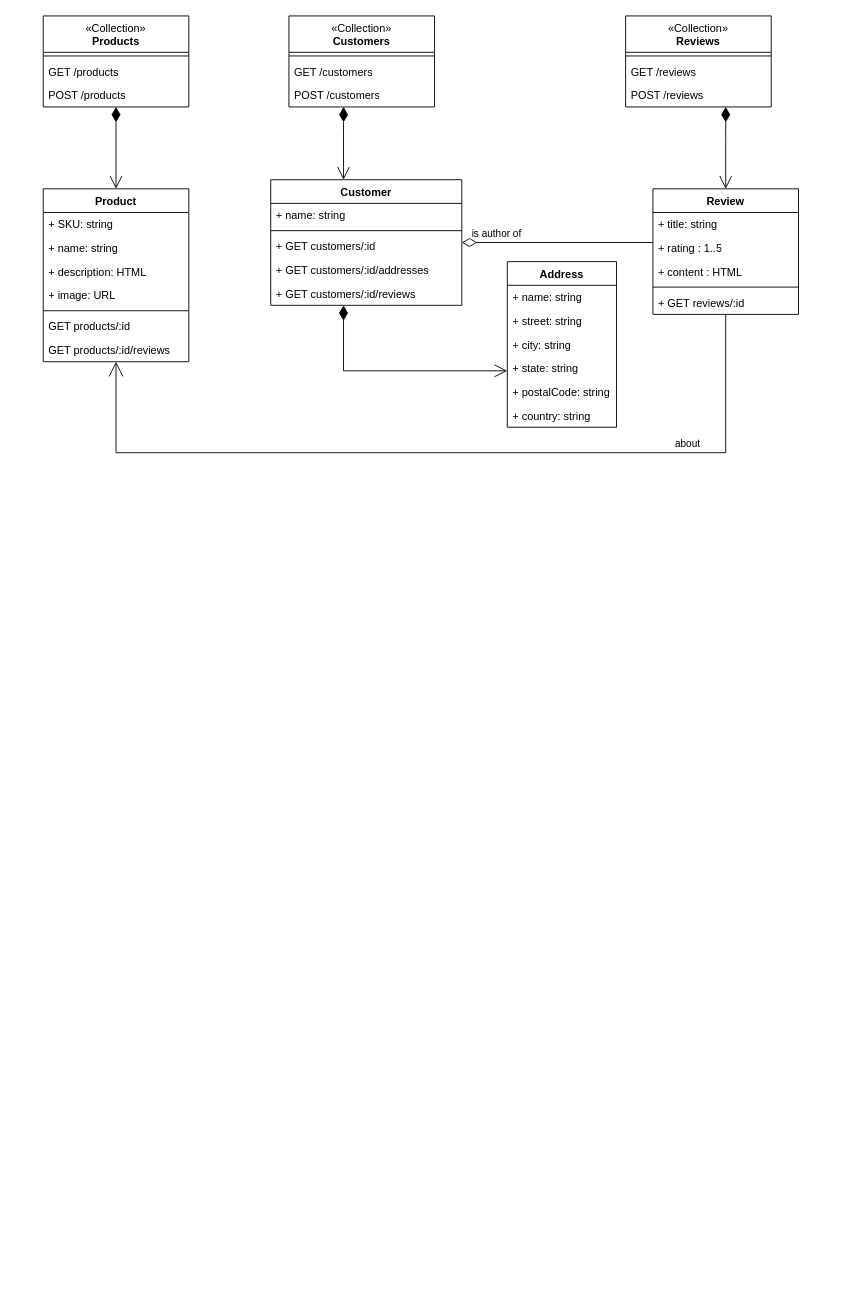
Earlier version of the draw.io diagram REST API.drawio (kubiak-calpoly/csc307-team-project). Source tidied: cells renumbered, new cells numbered last; positions are measured from the earlier drawing's top-left corner, leaving out a move shared by most shapes. Both pictures are drawn from the tidied source at 91%, with x=0, y=0 at pixel (43, 15).
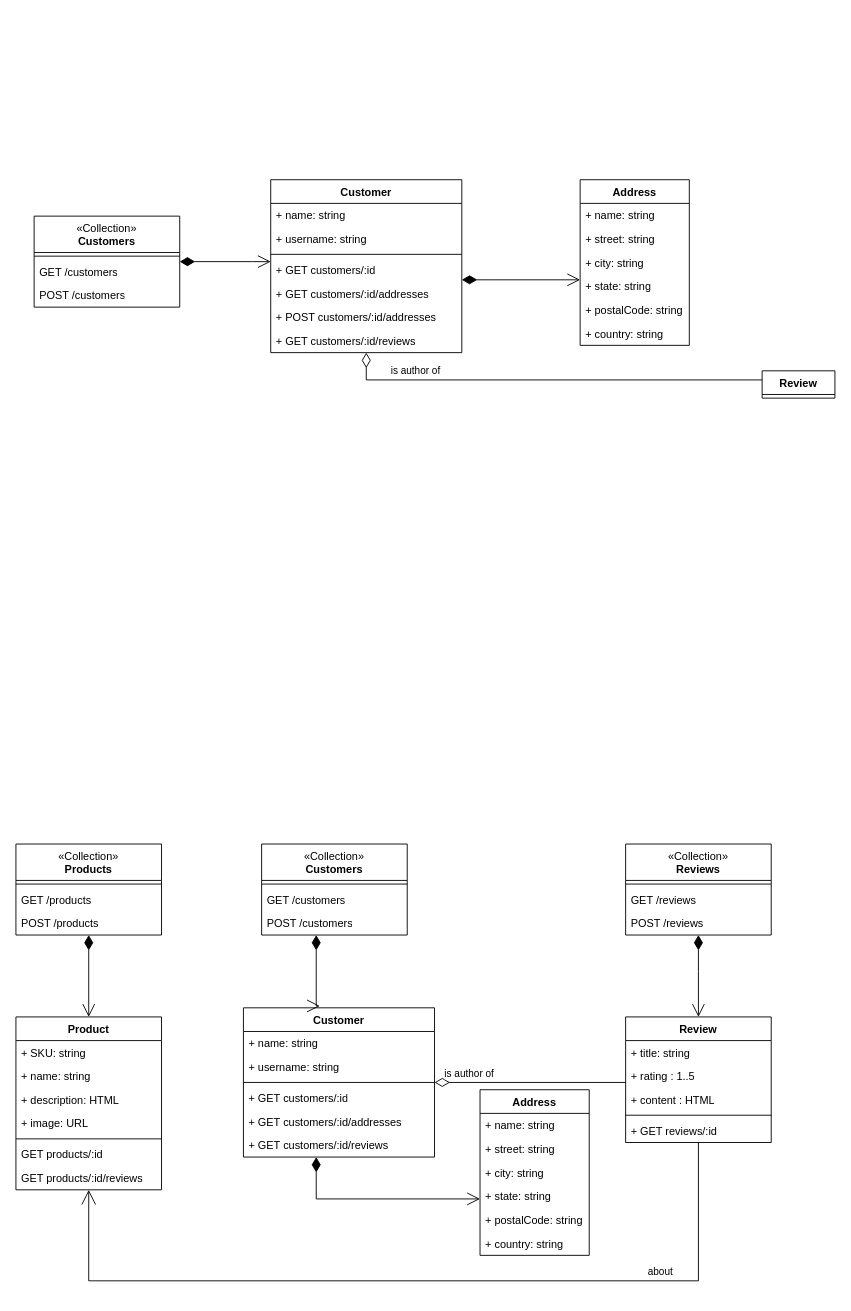
The same page after the edit.

Diff of the diagram source:
```diff
@@
     <mxCell id="2" value="Customer" style="swimlane;fontStyle=1;align=center;verticalAlign=top;horizontal=1;startSize=26;whiteSpace=wrap;html=1;" parent="1" vertex="1">
-      <mxGeometry x="250" y="180" width="210" height="138" as="geometry" />
+      <mxGeometry x="250" y="180" width="210" height="190" as="geometry" />
     </mxCell>
@@
+    <mxCell id="47" value="+ username: string" style="text;strokeColor=none;fillColor=none;align=left;verticalAlign=top;spacingLeft=4;spacingRight=4;overflow=hidden;whiteSpace=wrap;html=1;" parent="2" vertex="1">
+      <mxGeometry y="52" width="210" height="26" as="geometry" />
+    </mxCell>
     <mxCell id="4" style="line;strokeWidth=1;fillColor=none;align=left;verticalAlign=middle;spacingTop=-1;spacingLeft=3;spacingRight=3;labelPosition=right;strokeColor=inherit;" parent="2" vertex="1">
-      <mxGeometry y="52" width="210" height="8" as="geometry" />
+      <mxGeometry y="78" width="210" height="8" as="geometry" />
     </mxCell>
     <mxCell id="5" value="+ GET customers/:id" style="text;strokeColor=none;fillColor=none;align=left;verticalAlign=top;spacingLeft=4;spacingRight=4;overflow=hidden;whiteSpace=wrap;html=1;" parent="2" vertex="1">
-      <mxGeometry y="60" width="210" height="26" as="geometry" />
+      <mxGeometry y="86" width="210" height="26" as="geometry" />
     </mxCell>
     <mxCell id="6" value="+ GET customers/:id/addresses" style="text;strokeColor=none;fillColor=none;align=left;verticalAlign=top;spacingLeft=4;spacingRight=4;overflow=hidden;whiteSpace=wrap;html=1;" parent="2" vertex="1">
-      <mxGeometry y="86" width="210" height="26" as="geometry" />
+      <mxGeometry y="112" width="210" height="26" as="geometry" />
     </mxCell>
+    <mxCell id="48" value="+ POST customers/:id/addresses" style="text;strokeColor=none;fillColor=none;align=left;verticalAlign=top;spacingLeft=4;spacingRight=4;overflow=hidden;whiteSpace=wrap;html=1;" parent="2" vertex="1">
+      <mxGeometry y="138" width="210" height="26" as="geometry" />
+    </mxCell>
     <mxCell id="7" value="+ GET customers/:id/reviews" style="text;strokeColor=none;fillColor=none;align=left;verticalAlign=top;spacingLeft=4;spacingRight=4;overflow=hidden;whiteSpace=wrap;html=1;" parent="2" vertex="1">
-      <mxGeometry y="112" width="210" height="26" as="geometry" />
+      <mxGeometry y="164" width="210" height="26" as="geometry" />
     </mxCell>
     <mxCell id="8" value="Address" style="swimlane;fontStyle=1;align=center;verticalAlign=top;horizontal=1;startSize=26;whiteSpace=wrap;html=1;" parent="1" vertex="1">
-      <mxGeometry x="510" y="270" width="120" height="182" as="geometry" />
+      <mxGeometry x="590" y="180" width="120" height="182" as="geometry" />
     </mxCell>
@@
     <mxCell id="15" value="&lt;span style=&quot;font-weight: normal;&quot;&gt;«Collection»&lt;br style=&quot;border-color: var(--border-color);&quot;&gt;&lt;/span&gt;Customers" style="swimlane;fontStyle=1;align=center;verticalAlign=top;horizontal=1;startSize=40;whiteSpace=wrap;html=1;" parent="1" vertex="1">
-      <mxGeometry x="270" width="160" height="100" as="geometry" />
+      <mxGeometry x="-10" y="220" width="160" height="100" as="geometry" />
     </mxCell>
@@
     <mxCell id="19" style="endArrow=open;html=1;endSize=12;startArrow=diamondThin;startSize=14;startFill=1;edgeStyle=orthogonalEdgeStyle;rounded=0;endFill=0;" parent="1" edge="1" source="15" target="2">
       <mxGeometry x="-0.21" y="39" relative="1" as="geometry">
         <Array as="points">
-          <mxPoint x="330" y="130" />
-          <mxPoint x="330" y="130" />
+          <mxPoint x="230" y="270" />
+          <mxPoint x="230" y="270" />
         </Array>
       </mxGeometry>
     </mxCell>
+    <mxCell id="37" value="Review" style="swimlane;fontStyle=1;align=center;verticalAlign=top;horizontal=1;startSize=26;whiteSpace=wrap;html=1;" parent="1" vertex="1" collapsed="1">
+      <mxGeometry x="790" y="390" width="80" height="30" as="geometry" />
+    </mxCell>
+    <mxCell id="44" value="is author of" style="endArrow=none;html=1;endSize=12;startArrow=diamondThin;startSize=14;startFill=0;edgeStyle=orthogonalEdgeStyle;rounded=0;endFill=0;" parent="1" edge="1" source="2" target="37">
+      <mxGeometry x="-0.64" y="10" relative="1" as="geometry">
+        <Array as="points">
+          <mxPoint x="355" y="400" />
+        </Array>
+      </mxGeometry>
+    </mxCell>
+    <mxCell id="45" style="endArrow=open;html=1;endSize=12;startArrow=diamondThin;startSize=14;startFill=1;edgeStyle=orthogonalEdgeStyle;rounded=0;" parent="1" edge="1" source="2" target="8">
+      <mxGeometry relative="1" as="geometry">
+        <Array as="points">
+          <mxPoint x="490" y="290" />
+          <mxPoint x="490" y="290" />
+        </Array>
+      </mxGeometry>
+    </mxCell>
+    <mxCell id="49" value="Customer" style="swimlane;fontStyle=1;align=center;verticalAlign=top;horizontal=1;startSize=26;whiteSpace=wrap;html=1;" parent="1" vertex="1">
+      <mxGeometry x="220" y="1090" width="210" height="164" as="geometry" />
+    </mxCell>
+    <mxCell id="50" value="+ name: string" style="text;strokeColor=none;fillColor=none;align=left;verticalAlign=top;spacingLeft=4;spacingRight=4;overflow=hidden;whiteSpace=wrap;html=1;" parent="49" vertex="1">
+      <mxGeometry y="26" width="210" height="26" as="geometry" />
+    </mxCell>
+    <mxCell id="51" value="+ username: string" style="text;strokeColor=none;fillColor=none;align=left;verticalAlign=top;spacingLeft=4;spacingRight=4;overflow=hidden;whiteSpace=wrap;html=1;" parent="49" vertex="1">
+      <mxGeometry y="52" width="210" height="26" as="geometry" />
+    </mxCell>
+    <mxCell id="52" style="line;strokeWidth=1;fillColor=none;align=left;verticalAlign=middle;spacingTop=-1;spacingLeft=3;spacingRight=3;labelPosition=right;strokeColor=inherit;" parent="49" vertex="1">
+      <mxGeometry y="78" width="210" height="8" as="geometry" />
+    </mxCell>
+    <mxCell id="53" value="+ GET customers/:id" style="text;strokeColor=none;fillColor=none;align=left;verticalAlign=top;spacingLeft=4;spacingRight=4;overflow=hidden;whiteSpace=wrap;html=1;" parent="49" vertex="1">
+      <mxGeometry y="86" width="210" height="26" as="geometry" />
+    </mxCell>
+    <mxCell id="54" value="+ GET customers/:id/addresses" style="text;strokeColor=none;fillColor=none;align=left;verticalAlign=top;spacingLeft=4;spacingRight=4;overflow=hidden;whiteSpace=wrap;html=1;" parent="49" vertex="1">
+      <mxGeometry y="112" width="210" height="26" as="geometry" />
+    </mxCell>
+    <mxCell id="55" value="+ GET customers/:id/reviews" style="text;strokeColor=none;fillColor=none;align=left;verticalAlign=top;spacingLeft=4;spacingRight=4;overflow=hidden;whiteSpace=wrap;html=1;" parent="49" vertex="1">
+      <mxGeometry y="138" width="210" height="26" as="geometry" />
+    </mxCell>
+    <mxCell id="56" value="Address" style="swimlane;fontStyle=1;align=center;verticalAlign=top;horizontal=1;startSize=26;whiteSpace=wrap;html=1;" parent="1" vertex="1">
+      <mxGeometry x="480" y="1180" width="120" height="182" as="geometry" />
+    </mxCell>
+    <mxCell id="57" value="+ name: string" style="text;strokeColor=none;fillColor=none;align=left;verticalAlign=top;spacingLeft=4;spacingRight=4;overflow=hidden;whiteSpace=wrap;html=1;" parent="56" vertex="1">
+      <mxGeometry y="26" width="120" height="26" as="geometry" />
+    </mxCell>
+    <mxCell id="58" value="+ street: string" style="text;strokeColor=none;fillColor=none;align=left;verticalAlign=top;spacingLeft=4;spacingRight=4;overflow=hidden;whiteSpace=wrap;html=1;" parent="56" vertex="1">
+      <mxGeometry y="52" width="120" height="26" as="geometry" />
+    </mxCell>
+    <mxCell id="59" value="+ city: string" style="text;strokeColor=none;fillColor=none;align=left;verticalAlign=top;spacingLeft=4;spacingRight=4;overflow=hidden;whiteSpace=wrap;html=1;" parent="56" vertex="1">
+      <mxGeometry y="78" width="120" height="26" as="geometry" />
+    </mxCell>
+    <mxCell id="60" value="+ state: string" style="text;strokeColor=none;fillColor=none;align=left;verticalAlign=top;spacingLeft=4;spacingRight=4;overflow=hidden;whiteSpace=wrap;html=1;" parent="56" vertex="1">
+      <mxGeometry y="104" width="120" height="26" as="geometry" />
+    </mxCell>
+    <mxCell id="61" value="+ postalCode: string" style="text;strokeColor=none;fillColor=none;align=left;verticalAlign=top;spacingLeft=4;spacingRight=4;overflow=hidden;whiteSpace=wrap;html=1;" parent="56" vertex="1">
+      <mxGeometry y="130" width="120" height="26" as="geometry" />
+    </mxCell>
+    <mxCell id="62" value="+ country: string" style="text;strokeColor=none;fillColor=none;align=left;verticalAlign=top;spacingLeft=4;spacingRight=4;overflow=hidden;whiteSpace=wrap;html=1;" parent="56" vertex="1">
+      <mxGeometry y="156" width="120" height="26" as="geometry" />
+    </mxCell>
+    <mxCell id="63" value="&lt;span style=&quot;font-weight: normal;&quot;&gt;«Collection»&lt;br style=&quot;border-color: var(--border-color);&quot;&gt;&lt;/span&gt;Customers" style="swimlane;fontStyle=1;align=center;verticalAlign=top;horizontal=1;startSize=40;whiteSpace=wrap;html=1;" parent="1" vertex="1">
+      <mxGeometry x="240" y="910" width="160" height="100" as="geometry" />
+    </mxCell>
+    <mxCell id="64" style="line;strokeWidth=1;fillColor=none;align=left;verticalAlign=middle;spacingTop=-1;spacingLeft=3;spacingRight=3;labelPosition=right;strokeColor=inherit;" parent="63" vertex="1">
+      <mxGeometry y="40" width="160" height="8" as="geometry" />
+    </mxCell>
+    <mxCell id="65" value="GET /customers" style="text;strokeColor=none;fillColor=none;align=left;verticalAlign=top;spacingLeft=4;spacingRight=4;overflow=hidden;whiteSpace=wrap;html=1;" parent="63" vertex="1">
+      <mxGeometry y="48" width="160" height="26" as="geometry" />
+    </mxCell>
+    <mxCell id="66" value="POST /customers" style="text;strokeColor=none;fillColor=none;align=left;verticalAlign=top;spacingLeft=4;spacingRight=4;overflow=hidden;whiteSpace=wrap;html=1;" parent="63" vertex="1">
+      <mxGeometry y="74" width="160" height="26" as="geometry" />
+    </mxCell>
+    <mxCell id="67" style="endArrow=open;html=1;endSize=12;startArrow=diamondThin;startSize=14;startFill=1;edgeStyle=orthogonalEdgeStyle;rounded=0;endFill=0;entryX=0.4;entryY=-0.012;entryDx=0;entryDy=0;entryPerimeter=0;" parent="1" edge="1" source="63" target="49">
+      <mxGeometry x="-0.21" y="39" relative="1" as="geometry">
+        <Array as="points">
+          <mxPoint x="300" y="1088" />
+        </Array>
+      </mxGeometry>
+    </mxCell>
     <mxCell id="20" value="&lt;span style=&quot;font-weight: normal;&quot;&gt;«Collection»&lt;br style=&quot;border-color: var(--border-color);&quot;&gt;&lt;/span&gt;Products" style="swimlane;fontStyle=1;align=center;verticalAlign=top;horizontal=1;startSize=40;whiteSpace=wrap;html=1;" parent="1" vertex="1">
-      <mxGeometry width="160" height="100" as="geometry" />
+      <mxGeometry x="-30" y="910" width="160" height="100" as="geometry" />
     </mxCell>
-    <mxCell id="21" style="line;strokeWidth=1;fillColor=none;align=left;verticalAlign=middle;spacingTop=-1;spacingLeft=3;spacingRight=3;labelPosition=right;strokeColor=inherit;" parent="20" vertex="1">
-      <mxGeometry y="40" width="160" height="8" as="geometry" />
-    </mxCell>
+    <mxCell id="68" style="line;strokeWidth=1;fillColor=none;align=left;verticalAlign=middle;spacingTop=-1;spacingLeft=3;spacingRight=3;labelPosition=right;strokeColor=inherit;" parent="20" vertex="1">
+      <mxGeometry y="40" width="160" height="8" as="geometry" />
+    </mxCell>
@@
     <mxCell id="24" value="Product" style="swimlane;fontStyle=1;align=center;verticalAlign=top;horizontal=1;startSize=26;whiteSpace=wrap;html=1;" parent="1" vertex="1">
-      <mxGeometry y="190" width="160" height="190" as="geometry" />
+      <mxGeometry x="-30" y="1100" width="160" height="190" as="geometry" />
     </mxCell>
@@
     <mxCell id="33" value="&lt;span style=&quot;font-weight: normal;&quot;&gt;«Collection»&lt;br style=&quot;border-color: var(--border-color);&quot;&gt;&lt;/span&gt;Reviews" style="swimlane;fontStyle=1;align=center;verticalAlign=top;horizontal=1;startSize=40;whiteSpace=wrap;html=1;" parent="1" vertex="1">
-      <mxGeometry x="640" width="160" height="100" as="geometry" />
+      <mxGeometry x="640" y="910" width="160" height="100" as="geometry" />
     </mxCell>
-    <mxCell id="34" style="line;strokeWidth=1;fillColor=none;align=left;verticalAlign=middle;spacingTop=-1;spacingLeft=3;spacingRight=3;labelPosition=right;strokeColor=inherit;" parent="33" vertex="1">
-      <mxGeometry y="40" width="160" height="8" as="geometry" />
-    </mxCell>
+    <mxCell id="69" style="line;strokeWidth=1;fillColor=none;align=left;verticalAlign=middle;spacingTop=-1;spacingLeft=3;spacingRight=3;labelPosition=right;strokeColor=inherit;" parent="33" vertex="1">
+      <mxGeometry y="40" width="160" height="8" as="geometry" />
+    </mxCell>
@@
-    <mxCell id="37" value="Review" style="swimlane;fontStyle=1;align=center;verticalAlign=top;horizontal=1;startSize=26;whiteSpace=wrap;html=1;" parent="1" vertex="1">
-      <mxGeometry x="670" y="190" width="160" height="138" as="geometry" />
-    </mxCell>
+    <mxCell id="70" value="Review" style="swimlane;fontStyle=1;align=center;verticalAlign=top;horizontal=1;startSize=26;whiteSpace=wrap;html=1;" parent="1" vertex="1">
+      <mxGeometry x="640" y="1100" width="160" height="138" as="geometry" />
+    </mxCell>
-    <mxCell id="38" value="+ title: string" style="text;strokeColor=none;fillColor=none;align=left;verticalAlign=top;spacingLeft=4;spacingRight=4;overflow=hidden;whiteSpace=wrap;html=1;" parent="37" vertex="1">
+    <mxCell id="38" value="+ title: string" style="text;strokeColor=none;fillColor=none;align=left;verticalAlign=top;spacingLeft=4;spacingRight=4;overflow=hidden;whiteSpace=wrap;html=1;" parent="70" vertex="1">
       <mxGeometry y="26" width="160" height="26" as="geometry" />
     </mxCell>
-    <mxCell id="39" value="+ rating : 1..5" style="text;strokeColor=none;fillColor=none;align=left;verticalAlign=top;spacingLeft=4;spacingRight=4;overflow=hidden;whiteSpace=wrap;html=1;" parent="37" vertex="1">
+    <mxCell id="39" value="+ rating : 1..5" style="text;strokeColor=none;fillColor=none;align=left;verticalAlign=top;spacingLeft=4;spacingRight=4;overflow=hidden;whiteSpace=wrap;html=1;" parent="70" vertex="1">
       <mxGeometry y="52" width="160" height="26" as="geometry" />
     </mxCell>
-    <mxCell id="40" value="+ content : HTML" style="text;strokeColor=none;fillColor=none;align=left;verticalAlign=top;spacingLeft=4;spacingRight=4;overflow=hidden;whiteSpace=wrap;html=1;" parent="37" vertex="1">
+    <mxCell id="40" value="+ content : HTML" style="text;strokeColor=none;fillColor=none;align=left;verticalAlign=top;spacingLeft=4;spacingRight=4;overflow=hidden;whiteSpace=wrap;html=1;" parent="70" vertex="1">
       <mxGeometry y="78" width="160" height="26" as="geometry" />
     </mxCell>
-    <mxCell id="41" style="line;strokeWidth=1;fillColor=none;align=left;verticalAlign=middle;spacingTop=-1;spacingLeft=3;spacingRight=3;labelPosition=right;strokeColor=inherit;" parent="37" vertex="1">
+    <mxCell id="41" style="line;strokeWidth=1;fillColor=none;align=left;verticalAlign=middle;spacingTop=-1;spacingLeft=3;spacingRight=3;labelPosition=right;strokeColor=inherit;" parent="70" vertex="1">
       <mxGeometry y="104" width="160" height="8" as="geometry" />
     </mxCell>
-    <mxCell id="42" value="+ GET reviews/:id" style="text;strokeColor=none;fillColor=none;align=left;verticalAlign=top;spacingLeft=4;spacingRight=4;overflow=hidden;whiteSpace=wrap;html=1;" parent="37" vertex="1">
+    <mxCell id="42" value="+ GET reviews/:id" style="text;strokeColor=none;fillColor=none;align=left;verticalAlign=top;spacingLeft=4;spacingRight=4;overflow=hidden;whiteSpace=wrap;html=1;" parent="70" vertex="1">
       <mxGeometry y="112" width="160" height="26" as="geometry" />
     </mxCell>
-    <mxCell id="43" style="endArrow=open;html=1;endSize=12;startArrow=diamondThin;startSize=14;startFill=1;edgeStyle=orthogonalEdgeStyle;rounded=0;endFill=0;" parent="1" edge="1" source="33">
-      <mxGeometry x="-0.21" y="39" relative="1" as="geometry">
-        <mxPoint x="750" y="190" as="targetPoint" />
-        <Array as="points">
-          <mxPoint x="750" y="140" />
-          <mxPoint x="750" y="140" />
-        </Array>
-      </mxGeometry>
-    </mxCell>
-    <mxCell id="44" value="is author of" style="endArrow=none;html=1;endSize=12;startArrow=diamondThin;startSize=14;startFill=0;edgeStyle=orthogonalEdgeStyle;rounded=0;endFill=0;" parent="1" edge="1" source="2" target="37">
-      <mxGeometry x="-0.64" y="10" relative="1" as="geometry">
-        <Array as="points">
-          <mxPoint x="690" y="230" />
-        </Array>
-      </mxGeometry>
-    </mxCell>
-    <mxCell id="45" style="endArrow=open;html=1;endSize=12;startArrow=diamondThin;startSize=14;startFill=1;edgeStyle=orthogonalEdgeStyle;rounded=0;" parent="1" edge="1" source="2" target="8">
-      <mxGeometry relative="1" as="geometry">
-        <Array as="points">
-          <mxPoint x="330" y="390" />
-        </Array>
-      </mxGeometry>
-    </mxCell>
+    <mxCell id="71" style="endArrow=open;html=1;endSize=12;startArrow=diamondThin;startSize=14;startFill=1;edgeStyle=orthogonalEdgeStyle;rounded=0;endFill=0;" parent="1" edge="1" source="33">
+      <mxGeometry x="-0.21" y="39" relative="1" as="geometry">
+        <mxPoint x="720" y="1100" as="targetPoint" />
+        <Array as="points">
+          <mxPoint x="720" y="1050" />
+          <mxPoint x="720" y="1050" />
+        </Array>
+      </mxGeometry>
+    </mxCell>
+    <mxCell id="72" value="is author of" style="endArrow=none;html=1;endSize=12;startArrow=diamondThin;startSize=14;startFill=0;edgeStyle=orthogonalEdgeStyle;rounded=0;endFill=0;" parent="1" edge="1" source="49" target="70">
+      <mxGeometry x="-0.64" y="10" relative="1" as="geometry">
+        <Array as="points">
+          <mxPoint x="660" y="1140" />
+        </Array>
+      </mxGeometry>
+    </mxCell>
+    <mxCell id="73" style="endArrow=open;html=1;endSize=12;startArrow=diamondThin;startSize=14;startFill=1;edgeStyle=orthogonalEdgeStyle;rounded=0;" parent="1" edge="1" source="49" target="56">
+      <mxGeometry relative="1" as="geometry">
+        <Array as="points">
+          <mxPoint x="300" y="1300" />
+        </Array>
+      </mxGeometry>
+    </mxCell>
-    <mxCell id="46" value="about" style="endArrow=none;html=1;endSize=12;startArrow=open;startSize=14;startFill=0;edgeStyle=orthogonalEdgeStyle;rounded=0;endFill=0;" parent="1" edge="1" source="24" target="37">
+    <mxCell id="46" value="about" style="endArrow=none;html=1;endSize=12;startArrow=open;startSize=14;startFill=0;edgeStyle=orthogonalEdgeStyle;rounded=0;endFill=0;" parent="1" edge="1" source="24" target="70">
       <mxGeometry x="0.58" y="10" relative="1" as="geometry">
         <Array as="points">
-          <mxPoint x="80" y="480" />
-          <mxPoint x="750" y="480" />
+          <mxPoint x="50" y="1390" />
+          <mxPoint x="720" y="1390" />
         </Array>
       </mxGeometry>
     </mxCell>
```
